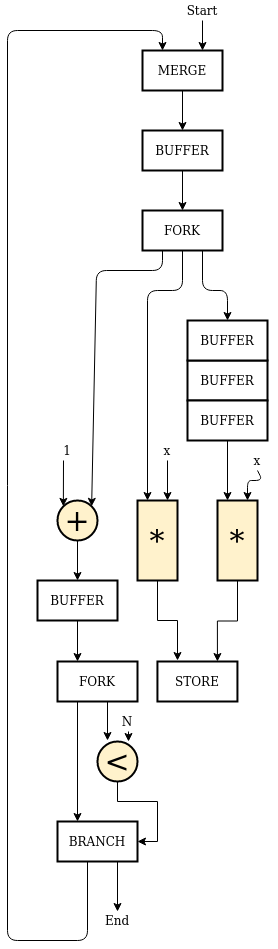
The draw.io diagram blocking_unshared.png in axelmarmet/intermediary-presentation, before a commit. Source tidied: cells renumbered, new cells last; positions are measured from the earlier drawing's top-left corner, leaving out a move shared by most shapes. The source it was exported from:
```xml
<mxGraphModel>
  <root>
    <mxCell id="0" />
    <mxCell id="1" parent="0" />
    <mxCell id="2" style="edgeStyle=orthogonalEdgeStyle;rounded=0;jettySize=auto;html=1;" parent="1" edge="1" source="3">
      <mxGeometry relative="1" as="geometry">
        <mxPoint x="170" y="660" as="targetPoint" />
      </mxGeometry>
    </mxCell>
    <mxCell id="3" value="&lt;div&gt;&lt;font style=&quot;font-size: 30px&quot;&gt;*&lt;/font&gt;&lt;/div&gt;" style="rounded=0;whiteSpace=wrap;html=1;fillColor=#fff2cc;strokeColor=#000000;strokeWidth=2;" parent="1" vertex="1">
      <mxGeometry x="130" y="500" width="40" height="80" as="geometry" />
    </mxCell>
    <mxCell id="4" style="edgeStyle=orthogonalEdgeStyle;rounded=0;jettySize=auto;html=1;entryX=0.75;entryY=0;entryDx=0;entryDy=0;" parent="1" edge="1" source="5" target="32">
      <mxGeometry relative="1" as="geometry" />
    </mxCell>
    <mxCell id="5" value="&lt;div&gt;&lt;font style=&quot;font-size: 30px&quot;&gt;*&lt;/font&gt;&lt;/div&gt;" style="rounded=0;whiteSpace=wrap;html=1;fillColor=#fff2cc;strokeColor=#000000;strokeWidth=2;" parent="1" vertex="1">
      <mxGeometry x="210" y="500" width="40" height="80" as="geometry" />
    </mxCell>
    <mxCell id="6" style="endArrow=classic;html=1;entryX=0.75;entryY=0;entryDx=0;entryDy=0;" parent="1" edge="1" target="3">
      <mxGeometry relative="1" as="geometry">
        <mxPoint x="160" y="460" as="sourcePoint" />
      </mxGeometry>
    </mxCell>
    <mxCell id="7" style="endArrow=classic;html=1;entryX=0.25;entryY=0;entryDx=0;entryDy=0;exitX=0.5;exitY=1;exitDx=0;exitDy=0;" parent="1" edge="1" source="12" target="3">
      <mxGeometry relative="1" as="geometry">
        <Array as="points">
          <mxPoint x="175" y="290" />
          <mxPoint x="140" y="290" />
        </Array>
      </mxGeometry>
    </mxCell>
    <mxCell id="8" style="endArrow=classic;html=1;entryX=0.5;entryY=0;entryDx=0;entryDy=0;exitX=0.75;exitY=1;exitDx=0;exitDy=0;" parent="1" edge="1" source="12" target="40">
      <mxGeometry relative="1" as="geometry">
        <Array as="points">
          <mxPoint x="195" y="290" />
          <mxPoint x="220" y="290" />
        </Array>
      </mxGeometry>
    </mxCell>
    <mxCell id="9" style="endArrow=classic;html=1;entryX=0.75;entryY=0;entryDx=0;entryDy=0;exitX=0.5;exitY=1;exitDx=0;exitDy=0;" parent="1" edge="1" source="10">
      <mxGeometry relative="1" as="geometry">
        <mxPoint x="240" y="500" as="targetPoint" />
        <Array as="points">
          <mxPoint x="255" y="480" />
          <mxPoint x="240" y="480" />
        </Array>
      </mxGeometry>
    </mxCell>
    <mxCell id="10" value="&lt;div&gt;x&lt;br&gt;&lt;/div&gt;" style="text;html=1;strokeColor=none;fillColor=none;align=center;verticalAlign=middle;whiteSpace=wrap;rounded=0;" parent="1" vertex="1">
      <mxGeometry x="230" y="450" width="40" height="20" as="geometry" />
    </mxCell>
    <mxCell id="11" value="&lt;div&gt;x&lt;br&gt;&lt;/div&gt;" style="text;html=1;strokeColor=none;fillColor=none;align=center;verticalAlign=middle;whiteSpace=wrap;rounded=0;" parent="1" vertex="1">
      <mxGeometry x="140" y="440" width="40" height="20" as="geometry" />
    </mxCell>
    <mxCell id="12" value="FORK" style="rounded=0;whiteSpace=wrap;html=1;strokeColor=#000000;strokeWidth=2;" parent="1" vertex="1">
      <mxGeometry x="135" y="210" width="80" height="40" as="geometry" />
    </mxCell>
    <mxCell id="13" style="edgeStyle=orthogonalEdgeStyle;rounded=0;jettySize=auto;html=1;entryX=0.5;entryY=0;entryDx=0;entryDy=0;fontSize=30;" parent="1" edge="1" source="14" target="36">
      <mxGeometry relative="1" as="geometry" />
    </mxCell>
    <mxCell id="14" value="MERGE" style="rounded=0;whiteSpace=wrap;html=1;strokeColor=#000000;strokeWidth=2;" parent="1" vertex="1">
      <mxGeometry x="135" y="50" width="80" height="40" as="geometry" />
    </mxCell>
    <mxCell id="15" style="edgeStyle=orthogonalEdgeStyle;rounded=0;jettySize=auto;html=1;fontSize=30;" parent="1" edge="1" source="16" target="38">
      <mxGeometry relative="1" as="geometry" />
    </mxCell>
    <mxCell id="16" value="&lt;div style=&quot;font-size: 30px&quot;&gt;&lt;font style=&quot;font-size: 30px&quot;&gt;+&lt;br&gt;&lt;/font&gt;&lt;/div&gt;" style="ellipse;whiteSpace=wrap;html=1;strokeColor=#000000;strokeWidth=2;fillColor=#fff2cc;" parent="1" vertex="1">
      <mxGeometry x="50" y="500" width="40" height="40" as="geometry" />
    </mxCell>
    <mxCell id="17" style="endArrow=classic;html=1;exitX=0.25;exitY=1;exitDx=0;exitDy=0;entryX=1;entryY=0;entryDx=0;entryDy=0;" parent="1" edge="1" source="12" target="16">
      <mxGeometry relative="1" as="geometry">
        <Array as="points">
          <mxPoint x="155" y="270" />
          <mxPoint x="89" y="270" />
        </Array>
      </mxGeometry>
    </mxCell>
    <mxCell id="18" style="endArrow=classic;html=1;entryX=0;entryY=0;entryDx=0;entryDy=0;" parent="1" edge="1" target="16">
      <mxGeometry relative="1" as="geometry">
        <mxPoint x="56" y="460" as="sourcePoint" />
      </mxGeometry>
    </mxCell>
    <mxCell id="19" style="edgeStyle=orthogonalEdgeStyle;rounded=0;jettySize=auto;html=1;entryX=1;entryY=0.5;entryDx=0;entryDy=0;fontSize=30;" parent="1" edge="1" source="20" target="29">
      <mxGeometry relative="1" as="geometry" />
    </mxCell>
    <mxCell id="20" value="&amp;lt;" style="ellipse;whiteSpace=wrap;html=1;strokeColor=#000000;strokeWidth=2;fillColor=#fff2cc;fontSize=30;" parent="1" vertex="1">
      <mxGeometry x="90" y="741" width="40" height="40" as="geometry" />
    </mxCell>
    <mxCell id="21" style="edgeStyle=orthogonalEdgeStyle;rounded=0;jettySize=auto;html=1;exitX=0.25;exitY=1;exitDx=0;exitDy=0;entryX=0.25;entryY=-0.025;entryDx=0;entryDy=0;entryPerimeter=0;fontSize=30;" parent="1" edge="1" source="22" target="20">
      <mxGeometry relative="1" as="geometry" />
    </mxCell>
    <mxCell id="22" value="N" style="text;html=1;strokeColor=none;fillColor=none;align=center;verticalAlign=middle;whiteSpace=wrap;rounded=0;" parent="1" vertex="1">
      <mxGeometry x="90" y="681" width="40" height="20" as="geometry" />
    </mxCell>
    <mxCell id="23" value="FORK" style="rounded=0;whiteSpace=wrap;html=1;strokeColor=#000000;strokeWidth=2;" parent="1" vertex="1">
      <mxGeometry x="50" y="661" width="80" height="40" as="geometry" />
    </mxCell>
    <mxCell id="24" style="edgeStyle=orthogonalEdgeStyle;rounded=0;jettySize=auto;html=1;entryX=0.775;entryY=0;entryDx=0;entryDy=0;entryPerimeter=0;fontSize=30;" parent="1" edge="1" target="20">
      <mxGeometry relative="1" as="geometry">
        <mxPoint x="121" y="731" as="sourcePoint" />
      </mxGeometry>
    </mxCell>
    <mxCell id="25" value="N" style="text;html=1;strokeColor=none;fillColor=none;align=center;verticalAlign=middle;whiteSpace=wrap;rounded=0;" parent="1" vertex="1">
      <mxGeometry x="100" y="711" width="40" height="20" as="geometry" />
    </mxCell>
    <mxCell id="26" style="edgeStyle=orthogonalEdgeStyle;rounded=0;jettySize=auto;html=1;fontSize=30;exitX=0.25;exitY=1;exitDx=0;exitDy=0;" parent="1" edge="1" source="23">
      <mxGeometry relative="1" as="geometry">
        <mxPoint x="70" y="821" as="targetPoint" />
      </mxGeometry>
    </mxCell>
    <mxCell id="27" style="edgeStyle=orthogonalEdgeStyle;rounded=0;jettySize=auto;html=1;fontSize=30;" parent="1" edge="1" source="29">
      <mxGeometry relative="1" as="geometry">
        <mxPoint x="110" y="911" as="targetPoint" />
        <Array as="points">
          <mxPoint x="110" y="911" />
        </Array>
      </mxGeometry>
    </mxCell>
    <mxCell id="28" style="edgeStyle=orthogonalEdgeStyle;rounded=1;jettySize=auto;html=1;entryX=0.25;entryY=0;entryDx=0;entryDy=0;fontSize=30;" parent="1" edge="1" source="29" target="14">
      <mxGeometry relative="1" as="geometry">
        <Array as="points">
          <mxPoint x="80" y="940" />
          <mxPoint y="940" />
          <mxPoint y="30" />
          <mxPoint x="155" y="30" />
        </Array>
      </mxGeometry>
    </mxCell>
    <mxCell id="29" value="BRANCH" style="rounded=0;whiteSpace=wrap;html=1;strokeColor=#000000;strokeWidth=2;" parent="1" vertex="1">
      <mxGeometry x="50" y="821" width="80" height="40" as="geometry" />
    </mxCell>
    <mxCell id="30" style="edgeStyle=orthogonalEdgeStyle;rounded=0;orthogonalLoop=1;jettySize=auto;html=1;" parent="1" edge="1">
      <mxGeometry relative="1" as="geometry">
        <mxPoint x="195" y="20" as="sourcePoint" />
        <mxPoint x="195" y="50" as="targetPoint" />
      </mxGeometry>
    </mxCell>
    <mxCell id="31" value="Start" style="text;html=1;strokeColor=none;fillColor=none;align=center;verticalAlign=middle;whiteSpace=wrap;rounded=0;" parent="1" vertex="1">
      <mxGeometry x="175" width="40" height="20" as="geometry" />
    </mxCell>
    <mxCell id="32" value="STORE" style="rounded=0;whiteSpace=wrap;html=1;strokeColor=#000000;strokeWidth=2;" parent="1" vertex="1">
      <mxGeometry x="149.9" y="661" width="80" height="40" as="geometry" />
    </mxCell>
    <mxCell id="33" value="1" style="text;html=1;strokeColor=none;fillColor=none;align=center;verticalAlign=middle;whiteSpace=wrap;rounded=0;" parent="1" vertex="1">
      <mxGeometry x="40" y="440" width="40" height="20" as="geometry" />
    </mxCell>
    <mxCell id="34" value="End" style="text;html=1;strokeColor=none;fillColor=none;align=center;verticalAlign=middle;whiteSpace=wrap;rounded=0;" parent="1" vertex="1">
      <mxGeometry x="90" y="910" width="40" height="20" as="geometry" />
    </mxCell>
    <mxCell id="35" style="edgeStyle=orthogonalEdgeStyle;rounded=1;jettySize=auto;html=1;entryX=0.5;entryY=0;entryDx=0;entryDy=0;fontSize=30;" parent="1" edge="1" source="36" target="12">
      <mxGeometry relative="1" as="geometry" />
    </mxCell>
    <mxCell id="36" value="BUFFER" style="rounded=0;whiteSpace=wrap;html=1;strokeColor=#000000;strokeWidth=2;" parent="1" vertex="1">
      <mxGeometry x="135" y="130" width="80" height="40" as="geometry" />
    </mxCell>
    <mxCell id="37" style="edgeStyle=orthogonalEdgeStyle;rounded=0;jettySize=auto;html=1;entryX=0.25;entryY=0;entryDx=0;entryDy=0;fontSize=30;" parent="1" edge="1" source="38" target="23">
      <mxGeometry relative="1" as="geometry" />
    </mxCell>
    <mxCell id="38" value="BUFFER" style="rounded=0;whiteSpace=wrap;html=1;strokeColor=#000000;strokeWidth=2;" parent="1" vertex="1">
      <mxGeometry x="30" y="580" width="80" height="40" as="geometry" />
    </mxCell>
    <mxCell id="39" value="BUFFER" style="rounded=0;whiteSpace=wrap;html=1;strokeColor=#000000;strokeWidth=2;" parent="1" vertex="1">
      <mxGeometry x="180" y="360" width="80" height="40" as="geometry" />
    </mxCell>
    <mxCell id="40" value="BUFFER" style="rounded=0;whiteSpace=wrap;html=1;strokeColor=#000000;strokeWidth=2;" parent="1" vertex="1">
      <mxGeometry x="180" y="320" width="80" height="40" as="geometry" />
    </mxCell>
    <mxCell id="41" style="edgeStyle=orthogonalEdgeStyle;rounded=0;jettySize=auto;html=1;entryX=0.25;entryY=0;entryDx=0;entryDy=0;fontSize=30;" parent="1" edge="1" source="42" target="5">
      <mxGeometry relative="1" as="geometry" />
    </mxCell>
    <mxCell id="42" value="BUFFER" style="rounded=0;whiteSpace=wrap;html=1;strokeColor=#000000;strokeWidth=2;" parent="1" vertex="1">
      <mxGeometry x="180" y="400" width="80" height="40" as="geometry" />
    </mxCell>
  </root>
</mxGraphModel>
```
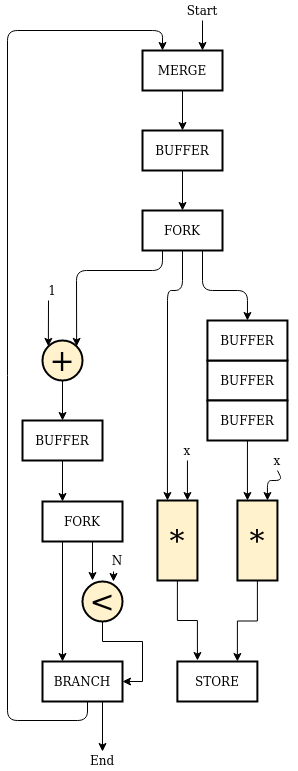
The same file after the commit.

The edit, as a diff of the source:
```diff
@@ -4,28 +4,28 @@
     <mxCell id="1" parent="0" />
     <mxCell id="2" style="edgeStyle=orthogonalEdgeStyle;rounded=0;jettySize=auto;html=1;" parent="1" edge="1" source="3">
       <mxGeometry relative="1" as="geometry">
-        <mxPoint x="170" y="660" as="targetPoint" />
+        <mxPoint x="189.9" y="660" as="targetPoint" />
       </mxGeometry>
     </mxCell>
     <mxCell id="3" value="&lt;div&gt;&lt;font style=&quot;font-size: 30px&quot;&gt;*&lt;/font&gt;&lt;/div&gt;" style="rounded=0;whiteSpace=wrap;html=1;fillColor=#fff2cc;strokeColor=#000000;strokeWidth=2;" parent="1" vertex="1">
-      <mxGeometry x="130" y="500" width="40" height="80" as="geometry" />
+      <mxGeometry x="149.9" y="500" width="40" height="80" as="geometry" />
     </mxCell>
     <mxCell id="4" style="edgeStyle=orthogonalEdgeStyle;rounded=0;jettySize=auto;html=1;entryX=0.75;entryY=0;entryDx=0;entryDy=0;" parent="1" edge="1" source="5" target="32">
       <mxGeometry relative="1" as="geometry" />
     </mxCell>
     <mxCell id="5" value="&lt;div&gt;&lt;font style=&quot;font-size: 30px&quot;&gt;*&lt;/font&gt;&lt;/div&gt;" style="rounded=0;whiteSpace=wrap;html=1;fillColor=#fff2cc;strokeColor=#000000;strokeWidth=2;" parent="1" vertex="1">
-      <mxGeometry x="210" y="500" width="40" height="80" as="geometry" />
+      <mxGeometry x="229.9" y="500" width="40" height="80" as="geometry" />
     </mxCell>
     <mxCell id="6" style="endArrow=classic;html=1;entryX=0.75;entryY=0;entryDx=0;entryDy=0;" parent="1" edge="1" target="3">
       <mxGeometry relative="1" as="geometry">
-        <mxPoint x="160" y="460" as="sourcePoint" />
+        <mxPoint x="179.9" y="460" as="sourcePoint" />
       </mxGeometry>
     </mxCell>
     <mxCell id="7" style="endArrow=classic;html=1;entryX=0.25;entryY=0;entryDx=0;entryDy=0;exitX=0.5;exitY=1;exitDx=0;exitDy=0;" parent="1" edge="1" source="12" target="3">
       <mxGeometry relative="1" as="geometry">
         <Array as="points">
           <mxPoint x="175" y="290" />
-          <mxPoint x="140" y="290" />
+          <mxPoint x="160" y="290" />
         </Array>
       </mxGeometry>
     </mxCell>
@@ -33,24 +33,24 @@
       <mxGeometry relative="1" as="geometry">
         <Array as="points">
           <mxPoint x="195" y="290" />
-          <mxPoint x="220" y="290" />
+          <mxPoint x="240" y="290" />
         </Array>
       </mxGeometry>
     </mxCell>
     <mxCell id="9" style="endArrow=classic;html=1;entryX=0.75;entryY=0;entryDx=0;entryDy=0;exitX=0.5;exitY=1;exitDx=0;exitDy=0;" parent="1" edge="1" source="10">
       <mxGeometry relative="1" as="geometry">
-        <mxPoint x="240" y="500" as="targetPoint" />
+        <mxPoint x="259.9" y="500" as="targetPoint" />
         <Array as="points">
-          <mxPoint x="255" y="480" />
-          <mxPoint x="240" y="480" />
+          <mxPoint x="274.9" y="480" />
+          <mxPoint x="259.9" y="480" />
         </Array>
       </mxGeometry>
     </mxCell>
     <mxCell id="10" value="&lt;div&gt;x&lt;br&gt;&lt;/div&gt;" style="text;html=1;strokeColor=none;fillColor=none;align=center;verticalAlign=middle;whiteSpace=wrap;rounded=0;" parent="1" vertex="1">
-      <mxGeometry x="230" y="450" width="40" height="20" as="geometry" />
+      <mxGeometry x="249.9" y="450" width="40" height="20" as="geometry" />
     </mxCell>
     <mxCell id="11" value="&lt;div&gt;x&lt;br&gt;&lt;/div&gt;" style="text;html=1;strokeColor=none;fillColor=none;align=center;verticalAlign=middle;whiteSpace=wrap;rounded=0;" parent="1" vertex="1">
-      <mxGeometry x="140" y="440" width="40" height="20" as="geometry" />
+      <mxGeometry x="159.9" y="440" width="40" height="20" as="geometry" />
     </mxCell>
     <mxCell id="12" value="FORK" style="rounded=0;whiteSpace=wrap;html=1;strokeColor=#000000;strokeWidth=2;" parent="1" vertex="1">
       <mxGeometry x="135" y="210" width="80" height="40" as="geometry" />
@@ -65,69 +65,69 @@
       <mxGeometry relative="1" as="geometry" />
     </mxCell>
     <mxCell id="16" value="&lt;div style=&quot;font-size: 30px&quot;&gt;&lt;font style=&quot;font-size: 30px&quot;&gt;+&lt;br&gt;&lt;/font&gt;&lt;/div&gt;" style="ellipse;whiteSpace=wrap;html=1;strokeColor=#000000;strokeWidth=2;fillColor=#fff2cc;" parent="1" vertex="1">
-      <mxGeometry x="50" y="500" width="40" height="40" as="geometry" />
+      <mxGeometry x="35" y="340" width="40" height="40" as="geometry" />
     </mxCell>
     <mxCell id="17" style="endArrow=classic;html=1;exitX=0.25;exitY=1;exitDx=0;exitDy=0;entryX=1;entryY=0;entryDx=0;entryDy=0;" parent="1" edge="1" source="12" target="16">
       <mxGeometry relative="1" as="geometry">
         <Array as="points">
           <mxPoint x="155" y="270" />
-          <mxPoint x="89" y="270" />
+          <mxPoint x="69" y="270" />
         </Array>
       </mxGeometry>
     </mxCell>
     <mxCell id="18" style="endArrow=classic;html=1;entryX=0;entryY=0;entryDx=0;entryDy=0;" parent="1" edge="1" target="16">
       <mxGeometry relative="1" as="geometry">
-        <mxPoint x="56" y="460" as="sourcePoint" />
+        <mxPoint x="41" y="300" as="sourcePoint" />
       </mxGeometry>
     </mxCell>
     <mxCell id="19" style="edgeStyle=orthogonalEdgeStyle;rounded=0;jettySize=auto;html=1;entryX=1;entryY=0.5;entryDx=0;entryDy=0;fontSize=30;" parent="1" edge="1" source="20" target="29">
       <mxGeometry relative="1" as="geometry" />
     </mxCell>
     <mxCell id="20" value="&amp;lt;" style="ellipse;whiteSpace=wrap;html=1;strokeColor=#000000;strokeWidth=2;fillColor=#fff2cc;fontSize=30;" parent="1" vertex="1">
-      <mxGeometry x="90" y="741" width="40" height="40" as="geometry" />
+      <mxGeometry x="75" y="581" width="40" height="40" as="geometry" />
     </mxCell>
     <mxCell id="21" style="edgeStyle=orthogonalEdgeStyle;rounded=0;jettySize=auto;html=1;exitX=0.25;exitY=1;exitDx=0;exitDy=0;entryX=0.25;entryY=-0.025;entryDx=0;entryDy=0;entryPerimeter=0;fontSize=30;" parent="1" edge="1" source="22" target="20">
       <mxGeometry relative="1" as="geometry" />
     </mxCell>
     <mxCell id="22" value="N" style="text;html=1;strokeColor=none;fillColor=none;align=center;verticalAlign=middle;whiteSpace=wrap;rounded=0;" parent="1" vertex="1">
-      <mxGeometry x="90" y="681" width="40" height="20" as="geometry" />
+      <mxGeometry x="75" y="521" width="40" height="20" as="geometry" />
     </mxCell>
     <mxCell id="23" value="FORK" style="rounded=0;whiteSpace=wrap;html=1;strokeColor=#000000;strokeWidth=2;" parent="1" vertex="1">
-      <mxGeometry x="50" y="661" width="80" height="40" as="geometry" />
+      <mxGeometry x="35" y="501" width="80" height="40" as="geometry" />
     </mxCell>
     <mxCell id="24" style="edgeStyle=orthogonalEdgeStyle;rounded=0;jettySize=auto;html=1;entryX=0.775;entryY=0;entryDx=0;entryDy=0;entryPerimeter=0;fontSize=30;" parent="1" edge="1" target="20">
       <mxGeometry relative="1" as="geometry">
-        <mxPoint x="121" y="731" as="sourcePoint" />
+        <mxPoint x="106" y="571" as="sourcePoint" />
       </mxGeometry>
     </mxCell>
     <mxCell id="25" value="N" style="text;html=1;strokeColor=none;fillColor=none;align=center;verticalAlign=middle;whiteSpace=wrap;rounded=0;" parent="1" vertex="1">
-      <mxGeometry x="100" y="711" width="40" height="20" as="geometry" />
+      <mxGeometry x="90" y="550" width="40" height="20" as="geometry" />
     </mxCell>
     <mxCell id="26" style="edgeStyle=orthogonalEdgeStyle;rounded=0;jettySize=auto;html=1;fontSize=30;exitX=0.25;exitY=1;exitDx=0;exitDy=0;" parent="1" edge="1" source="23">
       <mxGeometry relative="1" as="geometry">
-        <mxPoint x="70" y="821" as="targetPoint" />
+        <mxPoint x="55" y="661" as="targetPoint" />
       </mxGeometry>
     </mxCell>
     <mxCell id="27" style="edgeStyle=orthogonalEdgeStyle;rounded=0;jettySize=auto;html=1;fontSize=30;" parent="1" edge="1" source="29">
       <mxGeometry relative="1" as="geometry">
-        <mxPoint x="110" y="911" as="targetPoint" />
+        <mxPoint x="95" y="751" as="targetPoint" />
         <Array as="points">
-          <mxPoint x="110" y="911" />
+          <mxPoint x="95" y="751" />
         </Array>
       </mxGeometry>
     </mxCell>
     <mxCell id="28" style="edgeStyle=orthogonalEdgeStyle;rounded=1;jettySize=auto;html=1;entryX=0.25;entryY=0;entryDx=0;entryDy=0;fontSize=30;" parent="1" edge="1" source="29" target="14">
       <mxGeometry relative="1" as="geometry">
         <Array as="points">
-          <mxPoint x="80" y="940" />
-          <mxPoint y="940" />
+          <mxPoint x="80" y="720" />
+          <mxPoint y="720" />
           <mxPoint y="30" />
           <mxPoint x="155" y="30" />
         </Array>
       </mxGeometry>
     </mxCell>
     <mxCell id="29" value="BRANCH" style="rounded=0;whiteSpace=wrap;html=1;strokeColor=#000000;strokeWidth=2;" parent="1" vertex="1">
-      <mxGeometry x="50" y="821" width="80" height="40" as="geometry" />
+      <mxGeometry x="35" y="661" width="80" height="40" as="geometry" />
     </mxCell>
     <mxCell id="30" style="edgeStyle=orthogonalEdgeStyle;rounded=0;orthogonalLoop=1;jettySize=auto;html=1;" parent="1" edge="1">
       <mxGeometry relative="1" as="geometry">
@@ -139,13 +139,13 @@
       <mxGeometry x="175" width="40" height="20" as="geometry" />
     </mxCell>
     <mxCell id="32" value="STORE" style="rounded=0;whiteSpace=wrap;html=1;strokeColor=#000000;strokeWidth=2;" parent="1" vertex="1">
-      <mxGeometry x="149.9" y="661" width="80" height="40" as="geometry" />
+      <mxGeometry x="169.9" y="661" width="80" height="40" as="geometry" />
     </mxCell>
     <mxCell id="33" value="1" style="text;html=1;strokeColor=none;fillColor=none;align=center;verticalAlign=middle;whiteSpace=wrap;rounded=0;" parent="1" vertex="1">
-      <mxGeometry x="40" y="440" width="40" height="20" as="geometry" />
+      <mxGeometry x="25" y="280" width="40" height="20" as="geometry" />
     </mxCell>
-    <mxCell id="34" value="End" style="text;html=1;strokeColor=none;fillColor=none;align=center;verticalAlign=middle;whiteSpace=wrap;rounded=0;" parent="1" vertex="1">
-      <mxGeometry x="90" y="910" width="40" height="20" as="geometry" />
+    <mxCell id="34" value="End" style="text;html=1;strokeColor=none;fillColor=none;align=center;verticalAlign=middle;whiteSpace=wrap;rounded=0;rotation=0;" parent="1" vertex="1">
+      <mxGeometry x="75" y="750" width="40" height="20" as="geometry" />
     </mxCell>
     <mxCell id="35" style="edgeStyle=orthogonalEdgeStyle;rounded=1;jettySize=auto;html=1;entryX=0.5;entryY=0;entryDx=0;entryDy=0;fontSize=30;" parent="1" edge="1" source="36" target="12">
       <mxGeometry relative="1" as="geometry" />
@@ -157,19 +157,19 @@
       <mxGeometry relative="1" as="geometry" />
     </mxCell>
     <mxCell id="38" value="BUFFER" style="rounded=0;whiteSpace=wrap;html=1;strokeColor=#000000;strokeWidth=2;" parent="1" vertex="1">
-      <mxGeometry x="30" y="580" width="80" height="40" as="geometry" />
+      <mxGeometry x="15" y="420" width="80" height="40" as="geometry" />
     </mxCell>
     <mxCell id="39" value="BUFFER" style="rounded=0;whiteSpace=wrap;html=1;strokeColor=#000000;strokeWidth=2;" parent="1" vertex="1">
-      <mxGeometry x="180" y="360" width="80" height="40" as="geometry" />
+      <mxGeometry x="199.9" y="360" width="80" height="40" as="geometry" />
     </mxCell>
     <mxCell id="40" value="BUFFER" style="rounded=0;whiteSpace=wrap;html=1;strokeColor=#000000;strokeWidth=2;" parent="1" vertex="1">
-      <mxGeometry x="180" y="320" width="80" height="40" as="geometry" />
+      <mxGeometry x="199.9" y="320" width="80" height="40" as="geometry" />
     </mxCell>
     <mxCell id="41" style="edgeStyle=orthogonalEdgeStyle;rounded=0;jettySize=auto;html=1;entryX=0.25;entryY=0;entryDx=0;entryDy=0;fontSize=30;" parent="1" edge="1" source="42" target="5">
       <mxGeometry relative="1" as="geometry" />
     </mxCell>
     <mxCell id="42" value="BUFFER" style="rounded=0;whiteSpace=wrap;html=1;strokeColor=#000000;strokeWidth=2;" parent="1" vertex="1">
-      <mxGeometry x="180" y="400" width="80" height="40" as="geometry" />
+      <mxGeometry x="199.9" y="400" width="80" height="40" as="geometry" />
     </mxCell>
   </root>
 </mxGraphModel>
```
